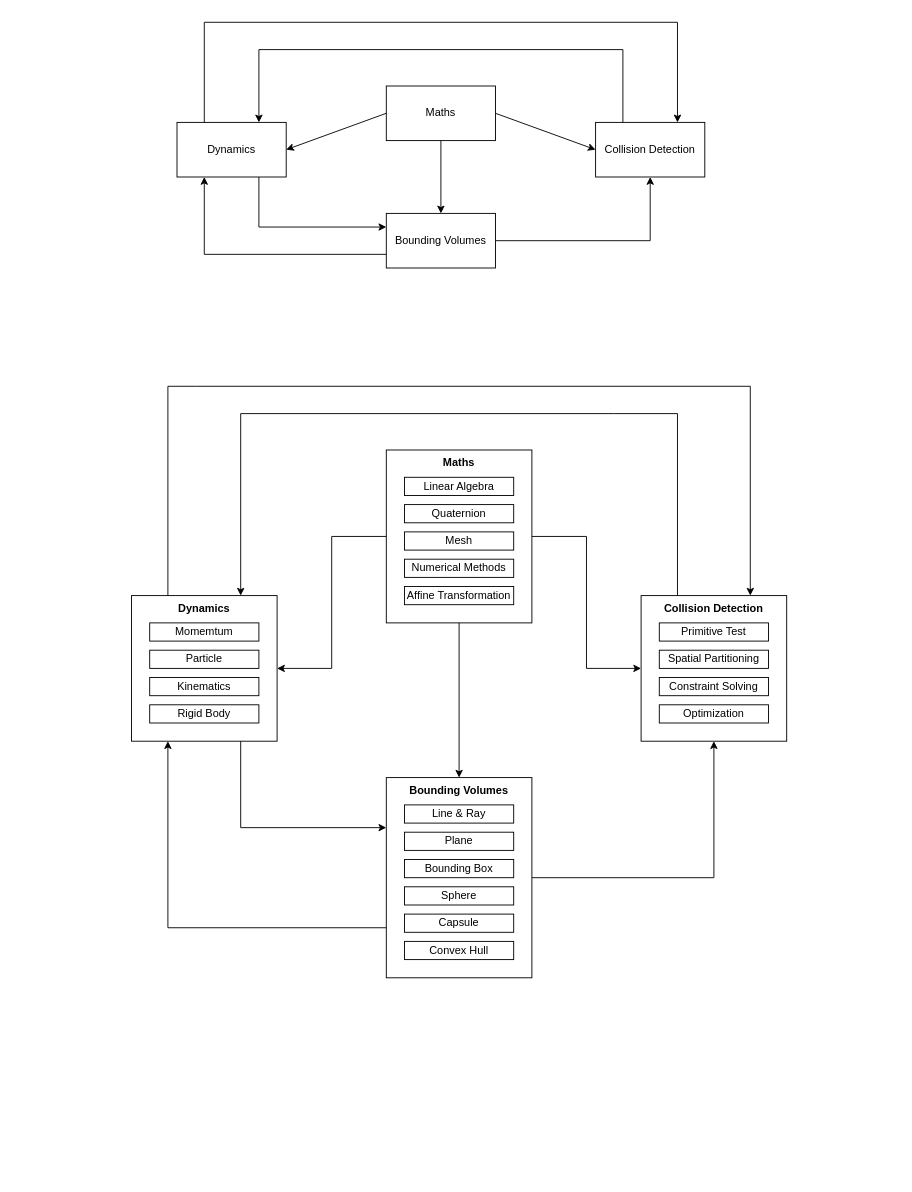
This is ADS.drawio from VoHoAnhTuan/Diagrams, a draw.io file, before an edit. Source tidied: cells renumbered, new cells numbered last; positions are measured from the earlier drawing's top-left corner, leaving out a move shared by most shapes. Both pictures are drawn from the tidied source at 91%, with x=0, y=0 at pixel (131, 22).
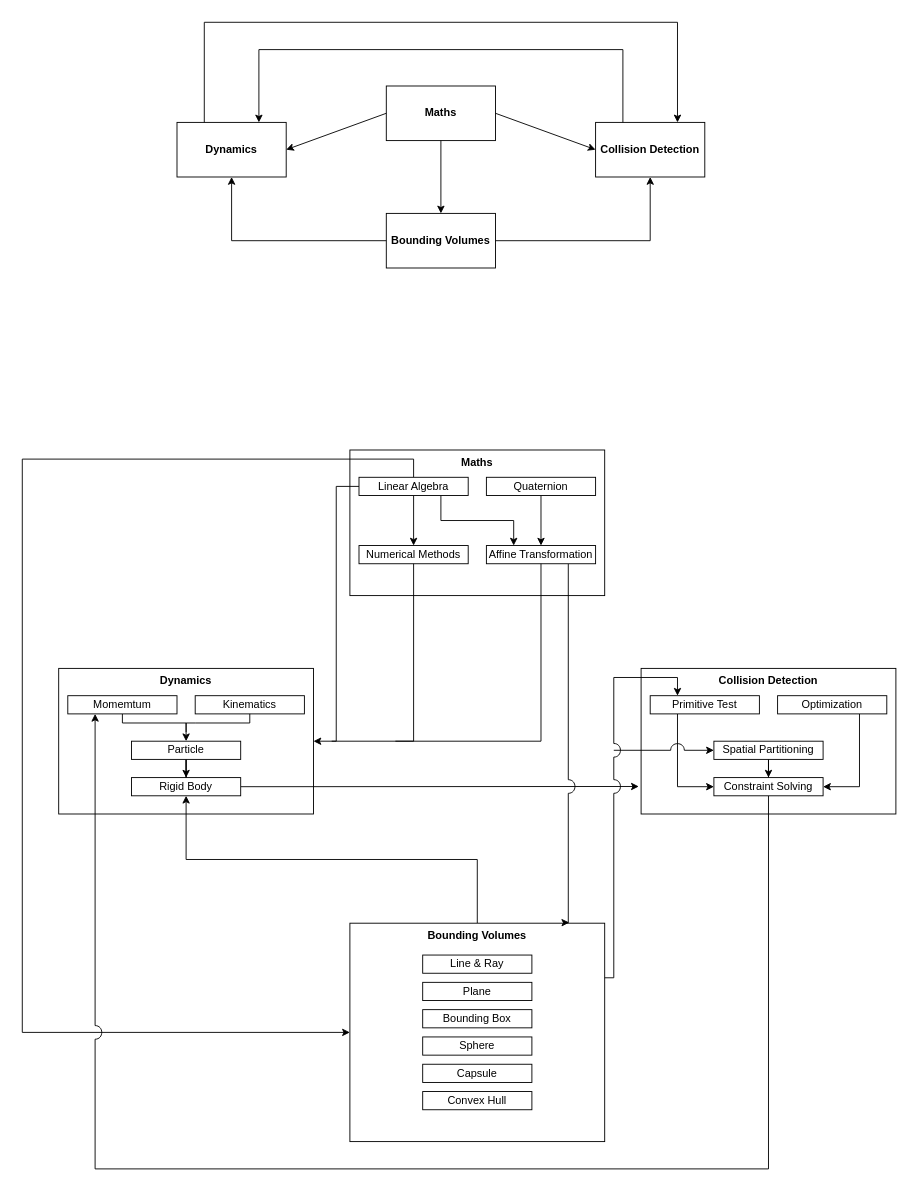
The same page after the edit.

Diff of the diagram source:
```diff
@@
-    <mxCell id="2" value="Maths" style="rounded=0;whiteSpace=wrap;html=1;" parent="1" vertex="1">
+    <mxCell id="2" value="Maths" style="rounded=0;whiteSpace=wrap;html=1;fontStyle=1;" parent="1" vertex="1">
       <mxGeometry x="280" y="70" width="120" height="60" as="geometry" />
     </mxCell>
-    <mxCell id="3" value="Dynamics" style="rounded=0;whiteSpace=wrap;html=1;" parent="1" vertex="1">
+    <mxCell id="3" value="Dynamics" style="rounded=0;whiteSpace=wrap;html=1;fontStyle=1;" parent="1" vertex="1">
       <mxGeometry x="50" y="110" width="120" height="60" as="geometry" />
     </mxCell>
-    <mxCell id="4" value="Bounding Volumes" style="rounded=0;whiteSpace=wrap;html=1;" parent="1" vertex="1">
+    <mxCell id="4" value="Bounding Volumes" style="rounded=0;whiteSpace=wrap;html=1;fontStyle=1;" parent="1" vertex="1">
       <mxGeometry x="280" y="210" width="120" height="60" as="geometry" />
     </mxCell>
-    <mxCell id="5" value="Collision Detection" style="rounded=0;whiteSpace=wrap;html=1;" parent="1" vertex="1">
+    <mxCell id="5" value="Collision Detection" style="rounded=0;whiteSpace=wrap;html=1;fontStyle=1;" parent="1" vertex="1">
       <mxGeometry x="510" y="110" width="120" height="60" as="geometry" />
     </mxCell>
@@
-    <mxCell id="9" style="endArrow=classic;html=1;rounded=0;exitX=0.75;exitY=1;exitDx=0;exitDy=0;entryX=0;entryY=0.25;entryDx=0;entryDy=0;edgeStyle=orthogonalEdgeStyle;" parent="1" edge="1" source="3" target="4">
-      <mxGeometry relative="1" as="geometry" />
-    </mxCell>
-    <mxCell id="10" style="endArrow=classic;html=1;rounded=0;entryX=0.25;entryY=1;entryDx=0;entryDy=0;exitX=0;exitY=0.75;exitDx=0;exitDy=0;edgeStyle=orthogonalEdgeStyle;" parent="1" edge="1" source="4" target="3">
-      <mxGeometry relative="1" as="geometry" />
+    <mxCell id="10" style="endArrow=classic;html=1;rounded=0;edgeStyle=orthogonalEdgeStyle;" parent="1" edge="1">
+      <mxGeometry relative="1" as="geometry">
+        <mxPoint x="280" y="240" as="sourcePoint" />
+        <mxPoint x="110" y="170" as="targetPoint" />
+        <Array as="points">
+          <mxPoint x="280" y="240" />
+          <mxPoint x="110" y="240" />
+        </Array>
+      </mxGeometry>
     </mxCell>
@@
     <mxCell id="14" value="Maths" style="rounded=0;whiteSpace=wrap;html=1;verticalAlign=top;fontStyle=1;" parent="1" vertex="1">
-      <mxGeometry x="280" y="470" width="160" height="190" as="geometry" />
+      <mxGeometry x="240" y="470" width="280" height="160" as="geometry" />
     </mxCell>
     <mxCell id="15" value="Dynamics" style="rounded=0;whiteSpace=wrap;html=1;verticalAlign=top;fontStyle=1;" parent="1" vertex="1">
-      <mxGeometry y="630" width="160" height="160" as="geometry" />
+      <mxGeometry x="-80" y="710" width="280" height="160" as="geometry" />
     </mxCell>
+    <mxCell id="45" style="edgeStyle=orthogonalEdgeStyle;rounded=0;jumpStyle=arc;jumpSize=15;jettySize=auto;html=1;exitX=0.5;exitY=0;exitDx=0;exitDy=0;entryX=0.5;entryY=1;entryDx=0;entryDy=0;" parent="1" edge="1" source="16" target="27">
+      <mxGeometry relative="1" as="geometry" />
+    </mxCell>
     <mxCell id="16" value="Bounding Volumes" style="rounded=0;whiteSpace=wrap;html=1;verticalAlign=top;fontStyle=1;" parent="1" vertex="1">
-      <mxGeometry x="280" y="830" width="160" height="220" as="geometry" />
+      <mxGeometry x="240" y="990" width="280" height="240" as="geometry" />
     </mxCell>
     <mxCell id="17" value="Collision Detection" style="rounded=0;whiteSpace=wrap;html=1;verticalAlign=top;fontStyle=1;" parent="1" vertex="1">
-      <mxGeometry x="560" y="630" width="160" height="160" as="geometry" />
+      <mxGeometry x="560" y="710" width="280" height="160" as="geometry" />
     </mxCell>
-    <mxCell id="18" style="endArrow=classic;html=1;rounded=0;exitX=0.5;exitY=1;exitDx=0;exitDy=0;entryX=0.5;entryY=0;entryDx=0;entryDy=0;" parent="1" edge="1" source="14" target="16">
-      <mxGeometry relative="1" as="geometry" />
-    </mxCell>
-    <mxCell id="19" style="endArrow=classic;html=1;rounded=0;exitX=1;exitY=0.5;exitDx=0;exitDy=0;entryX=0;entryY=0.5;entryDx=0;entryDy=0;edgeStyle=orthogonalEdgeStyle;" parent="1" edge="1" source="14" target="17">
-      <mxGeometry relative="1" as="geometry" />
-    </mxCell>
-    <mxCell id="20" style="endArrow=classic;html=1;rounded=0;exitX=0;exitY=0.5;exitDx=0;exitDy=0;entryX=1;entryY=0.5;entryDx=0;entryDy=0;edgeStyle=orthogonalEdgeStyle;" parent="1" edge="1" source="14" target="15">
-      <mxGeometry relative="1" as="geometry" />
-    </mxCell>
-    <mxCell id="21" style="endArrow=classic;html=1;rounded=0;exitX=0.75;exitY=1;exitDx=0;exitDy=0;entryX=0;entryY=0.25;entryDx=0;entryDy=0;edgeStyle=orthogonalEdgeStyle;" parent="1" edge="1" source="15" target="16">
-      <mxGeometry relative="1" as="geometry" />
-    </mxCell>
-    <mxCell id="22" style="endArrow=classic;html=1;rounded=0;entryX=0.25;entryY=1;entryDx=0;entryDy=0;exitX=0;exitY=0.75;exitDx=0;exitDy=0;edgeStyle=orthogonalEdgeStyle;" parent="1" edge="1" source="16" target="15">
-      <mxGeometry relative="1" as="geometry" />
-    </mxCell>
-    <mxCell id="23" style="endArrow=classic;html=1;rounded=0;exitX=0.25;exitY=0;exitDx=0;exitDy=0;edgeStyle=orthogonalEdgeStyle;entryX=0.75;entryY=0;entryDx=0;entryDy=0;" parent="1" edge="1" source="15" target="17">
-      <mxGeometry relative="1" as="geometry">
-        <Array as="points">
-          <mxPoint x="70" y="400" />
-          <mxPoint x="590" y="400" />
-        </Array>
-      </mxGeometry>
-    </mxCell>
-    <mxCell id="24" style="endArrow=classic;html=1;rounded=0;exitX=1;exitY=0.5;exitDx=0;exitDy=0;entryX=0.5;entryY=1;entryDx=0;entryDy=0;edgeStyle=orthogonalEdgeStyle;" parent="1" edge="1" source="16" target="17">
-      <mxGeometry relative="1" as="geometry" />
-    </mxCell>
-    <mxCell id="25" style="endArrow=classic;html=1;rounded=0;entryX=0.75;entryY=0;entryDx=0;entryDy=0;exitX=0.25;exitY=0;exitDx=0;exitDy=0;edgeStyle=orthogonalEdgeStyle;" parent="1" edge="1" source="17" target="15">
-      <mxGeometry relative="1" as="geometry">
-        <Array as="points">
-          <mxPoint x="530" y="430" />
-          <mxPoint x="130" y="430" />
-        </Array>
-      </mxGeometry>
-    </mxCell>
+    <mxCell id="46" style="edgeStyle=orthogonalEdgeStyle;rounded=0;jettySize=auto;html=1;exitX=0.5;exitY=1;exitDx=0;exitDy=0;" parent="1" edge="1" source="26" target="31">
+      <mxGeometry relative="1" as="geometry">
+        <Array as="points">
+          <mxPoint x="-10" y="770" />
+          <mxPoint x="60" y="770" />
+        </Array>
+      </mxGeometry>
+    </mxCell>
     <mxCell id="26" value="Momemtum" style="rounded=0;whiteSpace=wrap;html=1;" parent="1" vertex="1">
-      <mxGeometry x="20" y="660" width="120" height="20" as="geometry" />
+      <mxGeometry x="-70" y="740" width="120" height="20" as="geometry" />
     </mxCell>
+    <mxCell id="47" style="edgeStyle=orthogonalEdgeStyle;rounded=0;jumpStyle=arc;jumpSize=15;jettySize=auto;html=1;exitX=1;exitY=0.5;exitDx=0;exitDy=0;entryX=-0.009;entryY=0.811;entryDx=0;entryDy=0;entryPerimeter=0;" parent="1" edge="1" source="27" target="17">
+      <mxGeometry relative="1" as="geometry" />
+    </mxCell>
     <mxCell id="27" value="Rigid Body" style="rounded=0;whiteSpace=wrap;html=1;" parent="1" vertex="1">
-      <mxGeometry x="20" y="750" width="120" height="20" as="geometry" />
+      <mxGeometry y="830" width="120" height="20" as="geometry" />
     </mxCell>
+    <mxCell id="48" style="edgeStyle=orthogonalEdgeStyle;rounded=0;jettySize=auto;html=1;exitX=0.75;exitY=1;exitDx=0;exitDy=0;entryX=0.25;entryY=0;entryDx=0;entryDy=0;" parent="1" edge="1" source="28" target="36">
+      <mxGeometry relative="1" as="geometry" />
+    </mxCell>
+    <mxCell id="49" style="edgeStyle=orthogonalEdgeStyle;rounded=0;jettySize=auto;html=1;exitX=0;exitY=0.5;exitDx=0;exitDy=0;entryX=1;entryY=0.5;entryDx=0;entryDy=0;" parent="1" edge="1" source="28" target="15">
+      <mxGeometry relative="1" as="geometry" />
+    </mxCell>
+    <mxCell id="50" style="edgeStyle=orthogonalEdgeStyle;rounded=0;jumpStyle=arc;jumpSize=15;jettySize=auto;html=1;exitX=0.5;exitY=1;exitDx=0;exitDy=0;entryX=0.5;entryY=0;entryDx=0;entryDy=0;" parent="1" edge="1" source="28" target="33">
+      <mxGeometry relative="1" as="geometry" />
+    </mxCell>
+    <mxCell id="51" style="edgeStyle=orthogonalEdgeStyle;rounded=0;jumpStyle=arc;jumpSize=15;jettySize=auto;html=1;exitX=0.5;exitY=0;exitDx=0;exitDy=0;entryX=0;entryY=0.5;entryDx=0;entryDy=0;" parent="1" edge="1" source="28" target="16">
+      <mxGeometry relative="1" as="geometry">
+        <Array as="points">
+          <mxPoint x="310" y="480" />
+          <mxPoint x="-120" y="480" />
+          <mxPoint x="-120" y="1110" />
+        </Array>
+      </mxGeometry>
+    </mxCell>
     <mxCell id="28" value="Linear Algebra" style="rounded=0;whiteSpace=wrap;html=1;" parent="1" vertex="1">
-      <mxGeometry x="300" y="500" width="120" height="20" as="geometry" />
+      <mxGeometry x="250" y="500" width="120" height="20" as="geometry" />
     </mxCell>
-    <mxCell id="29" value="Mesh" style="rounded=0;whiteSpace=wrap;html=1;" parent="1" vertex="1">
-      <mxGeometry x="300" y="560" width="120" height="20" as="geometry" />
-    </mxCell>
     <mxCell id="30" value="Kinematics" style="rounded=0;whiteSpace=wrap;html=1;" parent="1" vertex="1">
-      <mxGeometry x="20" y="720" width="120" height="20" as="geometry" />
+      <mxGeometry x="70" y="740" width="120" height="20" as="geometry" />
     </mxCell>
+    <mxCell id="52" style="edgeStyle=orthogonalEdgeStyle;rounded=0;jettySize=auto;html=1;exitX=0.5;exitY=1;exitDx=0;exitDy=0;" parent="1" edge="1" source="31" target="27">
+      <mxGeometry relative="1" as="geometry" />
+    </mxCell>
     <mxCell id="31" value="Particle" style="rounded=0;whiteSpace=wrap;html=1;" parent="1" vertex="1">
-      <mxGeometry x="20" y="690" width="120" height="20" as="geometry" />
+      <mxGeometry y="790" width="120" height="20" as="geometry" />
     </mxCell>
+    <mxCell id="53" style="edgeStyle=orthogonalEdgeStyle;rounded=0;jettySize=auto;html=1;exitX=0.5;exitY=1;exitDx=0;exitDy=0;entryX=0.5;entryY=0;entryDx=0;entryDy=0;" parent="1" edge="1" source="32" target="36">
+      <mxGeometry relative="1" as="geometry" />
+    </mxCell>
     <mxCell id="32" value="Quaternion" style="rounded=0;whiteSpace=wrap;html=1;" parent="1" vertex="1">
-      <mxGeometry x="300" y="530" width="120" height="20" as="geometry" />
+      <mxGeometry x="390" y="500" width="120" height="20" as="geometry" />
     </mxCell>
     <mxCell id="33" value="Numerical Methods" style="rounded=0;whiteSpace=wrap;html=1;" parent="1" vertex="1">
-      <mxGeometry x="300" y="590" width="120" height="20" as="geometry" />
+      <mxGeometry x="250" y="575" width="120" height="20" as="geometry" />
     </mxCell>
+    <mxCell id="54" style="edgeStyle=orthogonalEdgeStyle;rounded=0;jettySize=auto;html=1;exitX=0.5;exitY=1;exitDx=0;exitDy=0;" parent="1" edge="1" source="34" target="44">
+      <mxGeometry relative="1" as="geometry" />
+    </mxCell>
     <mxCell id="34" value="Spatial Partitioning" style="rounded=0;whiteSpace=wrap;html=1;" parent="1" vertex="1">
-      <mxGeometry x="580" y="690" width="120" height="20" as="geometry" />
+      <mxGeometry x="640" y="790" width="120" height="20" as="geometry" />
     </mxCell>
     <mxCell id="35" value="Capsule" style="rounded=0;whiteSpace=wrap;html=1;" parent="1" vertex="1">
-      <mxGeometry x="300" y="980" width="120" height="20" as="geometry" />
+      <mxGeometry x="320" y="1145" width="120" height="20" as="geometry" />
     </mxCell>
+    <mxCell id="55" style="edgeStyle=orthogonalEdgeStyle;rounded=0;jumpStyle=arc;jumpSize=15;jettySize=auto;html=1;exitX=0.75;exitY=1;exitDx=0;exitDy=0;entryX=0.861;entryY=-0.003;entryDx=0;entryDy=0;entryPerimeter=0;" parent="1" edge="1" source="36" target="16">
+      <mxGeometry relative="1" as="geometry">
+        <Array as="points">
+          <mxPoint x="480" y="989" />
+        </Array>
+      </mxGeometry>
+    </mxCell>
     <mxCell id="36" value="Affine Transformation" style="rounded=0;whiteSpace=wrap;html=1;" parent="1" vertex="1">
-      <mxGeometry x="300" y="620" width="120" height="20" as="geometry" />
+      <mxGeometry x="390" y="575" width="120" height="20" as="geometry" />
     </mxCell>
+    <mxCell id="56" style="edgeStyle=orthogonalEdgeStyle;rounded=0;jettySize=auto;html=1;exitX=0.75;exitY=1;exitDx=0;exitDy=0;entryX=1;entryY=0.5;entryDx=0;entryDy=0;" parent="1" edge="1" source="37" target="44">
+      <mxGeometry relative="1" as="geometry" />
+    </mxCell>
     <mxCell id="37" value="Optimization" style="rounded=0;whiteSpace=wrap;html=1;" parent="1" vertex="1">
-      <mxGeometry x="580" y="750" width="120" height="20" as="geometry" />
+      <mxGeometry x="710" y="740" width="120" height="20" as="geometry" />
     </mxCell>
     <mxCell id="38" value="Convex Hull" style="rounded=0;whiteSpace=wrap;html=1;" parent="1" vertex="1">
-      <mxGeometry x="300" y="1010" width="120" height="20" as="geometry" />
+      <mxGeometry x="320" y="1175" width="120" height="20" as="geometry" />
     </mxCell>
     <mxCell id="39" value="Sphere" style="rounded=0;whiteSpace=wrap;html=1;" parent="1" vertex="1">
-      <mxGeometry x="300" y="950" width="120" height="20" as="geometry" />
+      <mxGeometry x="320" y="1115" width="120" height="20" as="geometry" />
     </mxCell>
     <mxCell id="40" value="Plane" style="rounded=0;whiteSpace=wrap;html=1;" parent="1" vertex="1">
-      <mxGeometry x="300" y="890" width="120" height="20" as="geometry" />
+      <mxGeometry x="320" y="1055" width="120" height="20" as="geometry" />
     </mxCell>
     <mxCell id="41" value="Bounding Box" style="rounded=0;whiteSpace=wrap;html=1;" parent="1" vertex="1">
-      <mxGeometry x="300" y="920" width="120" height="20" as="geometry" />
+      <mxGeometry x="320" y="1085" width="120" height="20" as="geometry" />
     </mxCell>
     <mxCell id="42" value="Line &amp;amp; Ray" style="rounded=0;whiteSpace=wrap;html=1;" parent="1" vertex="1">
-      <mxGeometry x="300" y="860" width="120" height="20" as="geometry" />
+      <mxGeometry x="320" y="1025" width="120" height="20" as="geometry" />
     </mxCell>
+    <mxCell id="57" style="edgeStyle=orthogonalEdgeStyle;rounded=0;jettySize=auto;html=1;exitX=0.25;exitY=1;exitDx=0;exitDy=0;entryX=0;entryY=0.5;entryDx=0;entryDy=0;" parent="1" edge="1" source="43" target="44">
+      <mxGeometry relative="1" as="geometry" />
+    </mxCell>
     <mxCell id="43" value="Primitive Test" style="rounded=0;whiteSpace=wrap;html=1;" parent="1" vertex="1">
-      <mxGeometry x="580" y="660" width="120" height="20" as="geometry" />
+      <mxGeometry x="570" y="740" width="120" height="20" as="geometry" />
     </mxCell>
+    <mxCell id="58" style="edgeStyle=orthogonalEdgeStyle;rounded=0;jumpStyle=arc;jumpSize=15;jettySize=auto;html=1;exitX=0.5;exitY=1;exitDx=0;exitDy=0;entryX=0.25;entryY=1;entryDx=0;entryDy=0;" parent="1" edge="1" source="44" target="26">
+      <mxGeometry relative="1" as="geometry">
+        <Array as="points">
+          <mxPoint x="700" y="1260" />
+          <mxPoint x="-40" y="1260" />
+        </Array>
+      </mxGeometry>
+    </mxCell>
     <mxCell id="44" value="Constraint Solving" style="rounded=0;whiteSpace=wrap;html=1;" parent="1" vertex="1">
-      <mxGeometry x="580" y="720" width="120" height="20" as="geometry" />
+      <mxGeometry x="640" y="830" width="120" height="20" as="geometry" />
     </mxCell>
+    <mxCell id="59" style="endArrow=none;html=1;rounded=0;entryX=0.5;entryY=1;entryDx=0;entryDy=0;edgeStyle=orthogonalEdgeStyle;" parent="1" edge="1" target="30">
+      <mxGeometry relative="1" as="geometry">
+        <mxPoint x="60" y="780" as="sourcePoint" />
+        <Array as="points">
+          <mxPoint x="70" y="770" />
+          <mxPoint x="140" y="770" />
+        </Array>
+      </mxGeometry>
+    </mxCell>
+    <mxCell id="60" style="endArrow=none;html=1;rounded=0;entryX=0.5;entryY=1;entryDx=0;entryDy=0;edgeStyle=orthogonalEdgeStyle;" parent="1" edge="1" target="33">
+      <mxGeometry relative="1" as="geometry">
+        <mxPoint x="220" y="790" as="sourcePoint" />
+        <Array as="points">
+          <mxPoint x="310" y="790" />
+        </Array>
+      </mxGeometry>
+    </mxCell>
+    <mxCell id="61" style="endArrow=none;html=1;rounded=0;entryX=0.5;entryY=1;entryDx=0;entryDy=0;jumpStyle=arc;jumpSize=15;" parent="1" edge="1" target="36">
+      <mxGeometry relative="1" as="geometry">
+        <mxPoint x="290" y="790" as="sourcePoint" />
+        <Array as="points">
+          <mxPoint x="450" y="790" />
+        </Array>
+      </mxGeometry>
+    </mxCell>
+    <mxCell id="62" style="endArrow=classic;html=1;rounded=0;jumpStyle=arc;jumpSize=15;entryX=0;entryY=0.5;entryDx=0;entryDy=0;" parent="1" edge="1" target="34">
+      <mxGeometry relative="1" as="geometry">
+        <mxPoint x="530" y="800" as="sourcePoint" />
+      </mxGeometry>
+    </mxCell>
+    <mxCell id="63" style="edgeStyle=orthogonalEdgeStyle;rounded=0;jumpStyle=arc;jumpSize=15;jettySize=auto;html=1;exitX=1;exitY=0.25;exitDx=0;exitDy=0;entryX=0.25;entryY=0;entryDx=0;entryDy=0;" parent="1" edge="1" source="16" target="43">
+      <mxGeometry relative="1" as="geometry">
+        <Array as="points">
+          <mxPoint x="530" y="1050" />
+          <mxPoint x="530" y="720" />
+          <mxPoint x="600" y="720" />
+        </Array>
+      </mxGeometry>
+    </mxCell>
```
